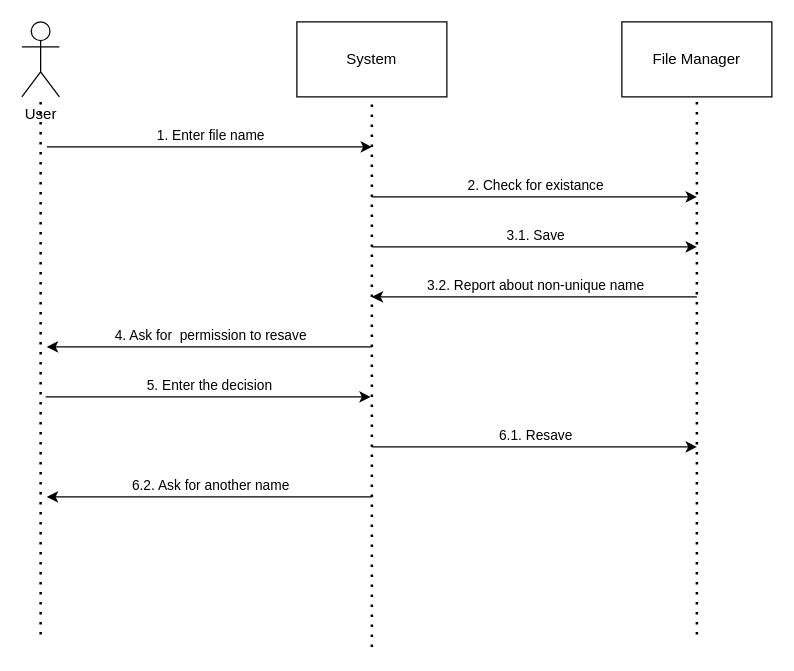
This is page "Sequence" (2 of 3) of term4/OOP/lab1/diagrams/lab1.drawio from tassssia/uni, a draw.io file, before an edit. Source tidied: cells renumbered, new cells numbered last; positions are measured from the earlier drawing's top-left corner, leaving out a move shared by most shapes. Both pictures are drawn from the tidied source at 125%, with x=0, y=0 at pixel (21, 21).
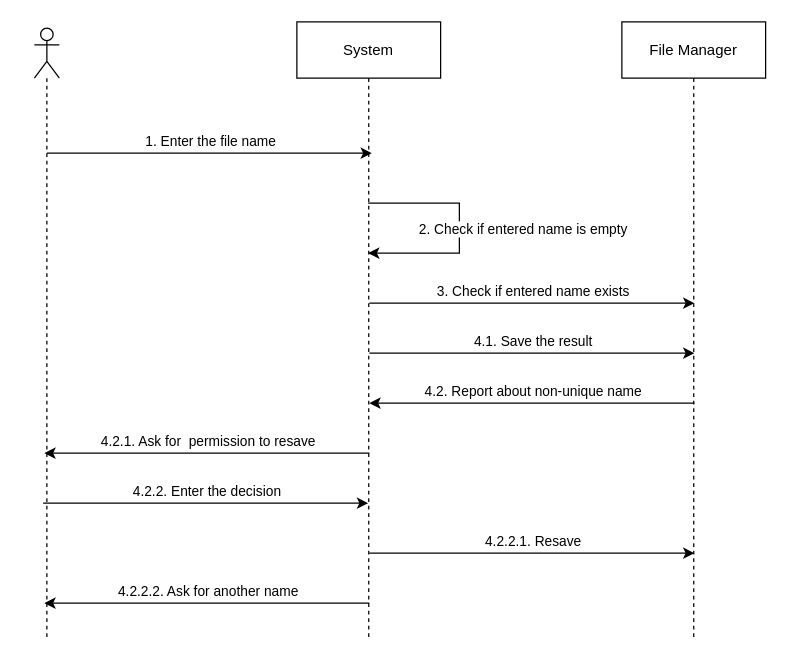
After the change.

What changed in the source:
```diff
@@
-    <mxCell id="2" value="User" style="shape=umlActor;verticalLabelPosition=bottom;verticalAlign=top;html=1;outlineConnect=0;" parent="1" vertex="1">
-      <mxGeometry width="30" height="60" as="geometry" />
-    </mxCell>
-    <mxCell id="3" value="File Manager" style="rounded=0;whiteSpace=wrap;html=1;" parent="1" vertex="1">
-      <mxGeometry x="480" width="120" height="60" as="geometry" />
-    </mxCell>
-    <mxCell id="4" value="System" style="rounded=0;whiteSpace=wrap;html=1;" parent="1" vertex="1">
-      <mxGeometry x="220" width="120" height="60" as="geometry" />
-    </mxCell>
-    <mxCell id="5" style="endArrow=none;dashed=1;html=1;dashPattern=1 3;strokeWidth=2;rounded=0;" parent="1" edge="1" target="2">
-      <mxGeometry relative="1" as="geometry">
-        <mxPoint x="15" y="490" as="sourcePoint" />
-      </mxGeometry>
-    </mxCell>
-    <mxCell id="6" style="endArrow=none;dashed=1;html=1;dashPattern=1 3;strokeWidth=2;rounded=0;entryX=0.5;entryY=1;entryDx=0;entryDy=0;" parent="1" edge="1" target="4">
-      <mxGeometry relative="1" as="geometry">
-        <mxPoint x="280" y="500" as="sourcePoint" />
-      </mxGeometry>
-    </mxCell>
-    <mxCell id="7" style="endArrow=none;dashed=1;html=1;dashPattern=1 3;strokeWidth=2;rounded=0;entryX=0.5;entryY=1;entryDx=0;entryDy=0;" parent="1" edge="1" target="3">
-      <mxGeometry relative="1" as="geometry">
-        <mxPoint x="540" y="490" as="sourcePoint" />
-      </mxGeometry>
-    </mxCell>
     <mxCell id="8" style="endArrow=classic;html=1;rounded=0;" parent="1" edge="1">
       <mxGeometry relative="1" as="geometry">
-        <mxPoint x="20" y="100" as="sourcePoint" />
-        <mxPoint x="280" y="100" as="targetPoint" />
+        <mxPoint x="20" y="105" as="sourcePoint" />
+        <mxPoint x="280" y="105" as="targetPoint" />
       </mxGeometry>
     </mxCell>
-    <mxCell id="9" value="1. Enter file name" style="edgeLabel;html=1;align=center;verticalAlign=middle;" parent="8" vertex="1">
+    <mxCell id="9" value="1. Enter the file name" style="edgeLabel;html=1;align=center;verticalAlign=middle;" parent="8" vertex="1">
       <mxGeometry x="0.1" y="4" relative="1" as="geometry">
         <mxPoint x="-13" y="-6" as="offset" />
       </mxGeometry>
     </mxCell>
     <mxCell id="10" style="endArrow=classic;html=1;rounded=0;" parent="1" edge="1">
       <mxGeometry relative="1" as="geometry">
-        <mxPoint x="280" y="140" as="sourcePoint" />
-        <mxPoint x="540" y="140" as="targetPoint" />
+        <mxPoint x="278" y="225" as="sourcePoint" />
+        <mxPoint x="538" y="225" as="targetPoint" />
       </mxGeometry>
     </mxCell>
-    <mxCell id="11" value="2. Check for existance" style="edgeLabel;html=1;align=center;verticalAlign=middle;" parent="10" vertex="1">
+    <mxCell id="11" value="3. Check if entered name exists" style="edgeLabel;html=1;align=center;verticalAlign=middle;" parent="10" vertex="1">
       <mxGeometry x="0.1" y="4" relative="1" as="geometry">
         <mxPoint x="-13" y="-6" as="offset" />
       </mxGeometry>
     </mxCell>
     <mxCell id="12" style="endArrow=classic;html=1;rounded=0;" parent="1" edge="1">
       <mxGeometry relative="1" as="geometry">
-        <mxPoint x="540" y="220" as="sourcePoint" />
-        <mxPoint x="280" y="220" as="targetPoint" />
+        <mxPoint x="538" y="305" as="sourcePoint" />
+        <mxPoint x="278" y="305" as="targetPoint" />
       </mxGeometry>
     </mxCell>
-    <mxCell id="13" value="3.2. Report about non-unique name" style="edgeLabel;html=1;align=center;verticalAlign=middle;" parent="12" vertex="1">
+    <mxCell id="13" value="4.2. Report about non-unique name" style="edgeLabel;html=1;align=center;verticalAlign=middle;" parent="12" vertex="1">
       <mxGeometry x="0.1" y="4" relative="1" as="geometry">
         <mxPoint x="13" y="-14" as="offset" />
       </mxGeometry>
     </mxCell>
     <mxCell id="14" style="endArrow=classic;html=1;rounded=0;" parent="1" edge="1">
       <mxGeometry relative="1" as="geometry">
-        <mxPoint x="280" y="260" as="sourcePoint" />
-        <mxPoint x="20" y="260" as="targetPoint" />
+        <mxPoint x="278" y="345" as="sourcePoint" />
+        <mxPoint x="18" y="345" as="targetPoint" />
       </mxGeometry>
     </mxCell>
-    <mxCell id="15" value="4. Ask for&amp;nbsp; permission to resave" style="edgeLabel;html=1;align=center;verticalAlign=middle;" parent="14" vertex="1">
+    <mxCell id="15" value="4.2.1. Ask for&amp;nbsp; permission to resave" style="edgeLabel;html=1;align=center;verticalAlign=middle;" parent="14" vertex="1">
       <mxGeometry x="0.1" y="4" relative="1" as="geometry">
         <mxPoint x="13" y="-14" as="offset" />
       </mxGeometry>
     </mxCell>
     <mxCell id="16" style="endArrow=classic;html=1;rounded=0;" parent="1" edge="1">
       <mxGeometry relative="1" as="geometry">
-        <mxPoint x="280" y="340" as="sourcePoint" />
-        <mxPoint x="540" y="340" as="targetPoint" />
+        <mxPoint x="278" y="425" as="sourcePoint" />
+        <mxPoint x="538" y="425" as="targetPoint" />
       </mxGeometry>
     </mxCell>
-    <mxCell id="17" value="6.1. Resave" style="edgeLabel;html=1;align=center;verticalAlign=middle;" parent="16" vertex="1">
+    <mxCell id="17" value="4.2.2.1. Resave" style="edgeLabel;html=1;align=center;verticalAlign=middle;" parent="16" vertex="1">
       <mxGeometry x="0.1" y="4" relative="1" as="geometry">
         <mxPoint x="-13" y="-6" as="offset" />
       </mxGeometry>
     </mxCell>
     <mxCell id="18" style="endArrow=classic;html=1;rounded=0;" parent="1" edge="1">
       <mxGeometry relative="1" as="geometry">
-        <mxPoint x="280" y="180" as="sourcePoint" />
-        <mxPoint x="540" y="180" as="targetPoint" />
+        <mxPoint x="278" y="265" as="sourcePoint" />
+        <mxPoint x="538" y="265" as="targetPoint" />
       </mxGeometry>
     </mxCell>
-    <mxCell id="19" value="3.1. Save" style="edgeLabel;html=1;align=center;verticalAlign=middle;" parent="18" vertex="1">
+    <mxCell id="19" value="4.1. Save the result" style="edgeLabel;html=1;align=center;verticalAlign=middle;" parent="18" vertex="1">
       <mxGeometry x="0.1" y="4" relative="1" as="geometry">
         <mxPoint x="-13" y="-6" as="offset" />
       </mxGeometry>
     </mxCell>
     <mxCell id="20" style="endArrow=classic;html=1;rounded=0;" parent="1" edge="1">
       <mxGeometry relative="1" as="geometry">
-        <mxPoint x="19" y="300" as="sourcePoint" />
-        <mxPoint x="279" y="300" as="targetPoint" />
+        <mxPoint x="17" y="385" as="sourcePoint" />
+        <mxPoint x="277" y="385" as="targetPoint" />
       </mxGeometry>
     </mxCell>
-    <mxCell id="21" value="5. Enter the decision" style="edgeLabel;html=1;align=center;verticalAlign=middle;" parent="20" vertex="1">
+    <mxCell id="21" value="4.2.2. Enter the decision" style="edgeLabel;html=1;align=center;verticalAlign=middle;" parent="20" vertex="1">
       <mxGeometry x="0.1" y="4" relative="1" as="geometry">
         <mxPoint x="-13" y="-6" as="offset" />
       </mxGeometry>
     </mxCell>
     <mxCell id="22" style="endArrow=classic;html=1;rounded=0;" parent="1" edge="1">
       <mxGeometry relative="1" as="geometry">
-        <mxPoint x="280" y="380" as="sourcePoint" />
-        <mxPoint x="20" y="380" as="targetPoint" />
+        <mxPoint x="278" y="465" as="sourcePoint" />
+        <mxPoint x="18" y="465" as="targetPoint" />
       </mxGeometry>
     </mxCell>
-    <mxCell id="23" value="6.2. Ask for another name" style="edgeLabel;html=1;align=center;verticalAlign=middle;" parent="22" vertex="1">
+    <mxCell id="23" value="4.2.2.2. Ask for another name" style="edgeLabel;html=1;align=center;verticalAlign=middle;" parent="22" vertex="1">
       <mxGeometry x="0.1" y="4" relative="1" as="geometry">
         <mxPoint x="13" y="-14" as="offset" />
       </mxGeometry>
     </mxCell>
+    <mxCell id="24" style="shape=umlLifeline;perimeter=lifelinePerimeter;whiteSpace=wrap;html=1;newEdgeStyle={&quot;edgeStyle&quot;:&quot;elbowEdgeStyle&quot;,&quot;elbow&quot;:&quot;vertical&quot;,&quot;curved&quot;:0,&quot;rounded&quot;:0};participant=umlActor;" parent="1" vertex="1">
+      <mxGeometry x="10" y="5" width="20" height="490" as="geometry" />
+    </mxCell>
+    <mxCell id="4" value="System" style="shape=umlLifeline;perimeter=lifelinePerimeter;whiteSpace=wrap;html=1;outlineConnect=0;portConstraint=eastwest;newEdgeStyle={&quot;edgeStyle&quot;:&quot;elbowEdgeStyle&quot;,&quot;elbow&quot;:&quot;vertical&quot;,&quot;curved&quot;:0,&quot;rounded&quot;:0};size=45;" parent="1" vertex="1">
+      <mxGeometry x="220" width="115" height="495" as="geometry" />
+    </mxCell>
+    <mxCell id="3" value="File Manager" style="shape=umlLifeline;perimeter=lifelinePerimeter;whiteSpace=wrap;html=1;outlineConnect=0;portConstraint=eastwest;newEdgeStyle={&quot;edgeStyle&quot;:&quot;elbowEdgeStyle&quot;,&quot;elbow&quot;:&quot;vertical&quot;,&quot;curved&quot;:0,&quot;rounded&quot;:0};size=45;" parent="1" vertex="1">
+      <mxGeometry x="480" width="115" height="495" as="geometry" />
+    </mxCell>
+    <mxCell id="25" style="endArrow=classic;html=1;rounded=0;edgeStyle=orthogonalEdgeStyle;" parent="1" edge="1" source="4" target="4">
+      <mxGeometry relative="1" as="geometry">
+        <Array as="points">
+          <mxPoint x="350" y="145" />
+          <mxPoint x="350" y="185" />
+        </Array>
+      </mxGeometry>
+    </mxCell>
+    <mxCell id="26" value="2. Check if entered name is empty" style="edgeLabel;html=1;align=center;verticalAlign=middle;" parent="25" vertex="1">
+      <mxGeometry x="0.1" y="4" relative="1" as="geometry">
+        <mxPoint x="46" y="-9" as="offset" />
+      </mxGeometry>
+    </mxCell>
```
